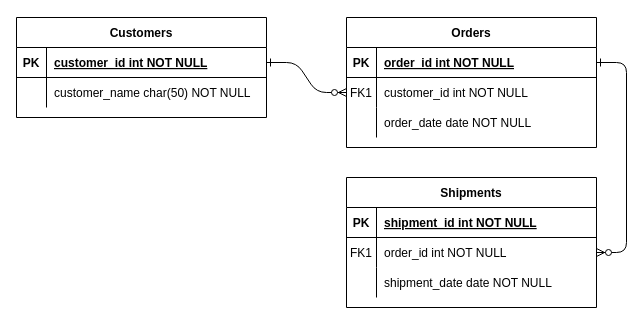
Earlier version of the draw.io diagram Untitled Diagram.drawio (DSC-cz/srp-test). Source tidied: cells renumbered, new cells numbered last; positions are measured from the earlier drawing's top-left corner, leaving out a move shared by most shapes. Both pictures are drawn from the tidied source at 100%, with x=0, y=0 at pixel (16, 17).
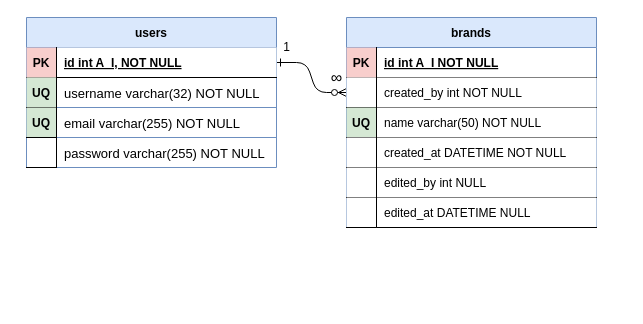
The same diagram, later.

Unchanged cells that the change refers to:
```xml
<mxCell id="5" style="shape=partialRectangle;fillColor=none;points=[[0,0.5],[1,0.5]];portConstraint=eastwest;top=0;left=0;right=0;bottom=1;" parent="4" vertex="1">
  <mxGeometry y="30" width="250" height="30" as="geometry" />
</mxCell>
<mxCell id="8" style="shape=partialRectangle;fillColor=none;points=[[0,0.5],[1,0.5]];portConstraint=eastwest;top=0;left=0;right=0;bottom=0;" parent="4" vertex="1">
  <mxGeometry y="60" width="250" height="30" as="geometry" />
</mxCell>
<mxCell id="25" style="shape=partialRectangle;fillColor=none;points=[[0,0.5],[1,0.5]];portConstraint=eastwest;top=0;left=0;right=0;bottom=1;" parent="24" vertex="1">
  <mxGeometry y="30" width="250" height="30" as="geometry" />
</mxCell>
<mxCell id="28" style="shape=partialRectangle;fillColor=none;top=0;left=0;right=0;bottom=0;" parent="24" vertex="1">
  <mxGeometry y="60" width="250" height="30" as="geometry" />
</mxCell>
```

The edit, as a diff of the source:
```diff
@@
-    <mxCell id="3" style="edgeStyle=entityRelationEdgeStyle;endArrow=ERzeroToMany;startArrow=ERone;endFill=1;startFill=0;" parent="1" edge="1" source="5" target="18">
-      <mxGeometry relative="1" as="geometry" />
-    </mxCell>
-    <mxCell id="4" value="Orders" style="shape=table;startSize=30;childLayout=tableLayout;rowLines=0;fontStyle=1;align=center;" parent="1" vertex="1">
-      <mxGeometry x="330" width="250" height="130" as="geometry" />
+    <mxCell id="4" value="brands" style="shape=table;startSize=30;childLayout=tableLayout;rowLines=0;fontStyle=1;align=center;fillColor=#dae8fc;strokeColor=#6c8ebf;" parent="1" vertex="1">
+      <mxGeometry x="330" width="250" height="210" as="geometry" />
     </mxCell>
@@
-    <mxCell id="6" value="PK" style="shape=partialRectangle;overflow=hidden;fillColor=none;top=0;left=0;bottom=0;right=0;fontStyle=1;" parent="5" vertex="1">
+    <mxCell id="6" value="PK" style="shape=partialRectangle;overflow=hidden;fillColor=#f8cecc;top=0;left=0;bottom=0;right=0;fontStyle=1;strokeColor=#b85450;" parent="5" vertex="1">
       <mxGeometry width="30" height="30" as="geometry" />
     </mxCell>
-    <mxCell id="7" value="order_id int NOT NULL " style="shape=partialRectangle;overflow=hidden;fillColor=none;top=0;left=0;bottom=0;right=0;align=left;spacingLeft=6;fontStyle=5;" parent="5" vertex="1">
+    <mxCell id="7" value="id int A_I NOT NULL " style="shape=partialRectangle;overflow=hidden;fillColor=none;top=0;left=1;bottom=0;right=0;align=left;spacingLeft=6;fontStyle=5;" parent="5" vertex="1">
       <mxGeometry x="30" width="220" height="30" as="geometry" />
     </mxCell>
@@
-    <mxCell id="9" value="FK1" style="shape=partialRectangle;overflow=hidden;fillColor=none;top=0;left=0;bottom=0;right=0;" parent="8" vertex="1">
+    <mxCell id="9" style="shape=partialRectangle;overflow=hidden;top=0;left=0;bottom=1;right=0;" parent="8" vertex="1">
       <mxGeometry width="30" height="30" as="geometry" />
     </mxCell>
-    <mxCell id="10" value="customer_id int NOT NULL" style="shape=partialRectangle;overflow=hidden;fillColor=none;top=0;left=0;bottom=0;right=0;align=left;spacingLeft=6;" parent="8" vertex="1">
+    <mxCell id="10" value="created_by int NOT NULL" style="shape=partialRectangle;overflow=hidden;top=0;left=1;bottom=1;right=0;align=left;spacingLeft=6;" parent="8" vertex="1">
       <mxGeometry x="30" width="220" height="30" as="geometry" />
     </mxCell>
-    <mxCell id="11" style="shape=partialRectangle;fillColor=none;top=0;left=0;right=0;bottom=0;" parent="4" vertex="1">
-      <mxGeometry y="90" width="250" height="30" as="geometry" />
-    </mxCell>
-    <mxCell id="12" style="shape=partialRectangle;overflow=hidden;fillColor=none;top=0;left=0;bottom=0;right=0;" parent="11" vertex="1">
-      <mxGeometry width="30" height="30" as="geometry" />
-    </mxCell>
-    <mxCell id="13" value="order_date date NOT NULL" style="shape=partialRectangle;overflow=hidden;fillColor=none;top=0;left=0;bottom=0;right=0;align=left;spacingLeft=6;" parent="11" vertex="1">
-      <mxGeometry x="30" width="220" height="30" as="geometry" />
-    </mxCell>
-    <mxCell id="14" value="Shipments" style="shape=table;startSize=30;childLayout=tableLayout;rowLines=0;fontStyle=1;align=center;" parent="1" vertex="1">
-      <mxGeometry x="330" y="160" width="250" height="130" as="geometry" />
-    </mxCell>
-    <mxCell id="15" style="shape=partialRectangle;fillColor=none;top=0;left=0;right=0;bottom=1;" parent="14" vertex="1">
-      <mxGeometry y="30" width="250" height="30" as="geometry" />
-    </mxCell>
-    <mxCell id="16" value="PK" style="shape=partialRectangle;overflow=hidden;fillColor=none;top=0;left=0;bottom=0;right=0;fontStyle=1;" parent="15" vertex="1">
-      <mxGeometry width="30" height="30" as="geometry" />
-    </mxCell>
-    <mxCell id="17" value="shipment_id int NOT NULL " style="shape=partialRectangle;overflow=hidden;fillColor=none;top=0;left=0;bottom=0;right=0;align=left;spacingLeft=6;fontStyle=5;" parent="15" vertex="1">
-      <mxGeometry x="30" width="220" height="30" as="geometry" />
-    </mxCell>
-    <mxCell id="18" style="shape=partialRectangle;fillColor=none;points=[[0,0.5],[1,0.5]];portConstraint=eastwest;top=0;left=0;right=0;bottom=0;" parent="14" vertex="1">
-      <mxGeometry y="60" width="250" height="30" as="geometry" />
-    </mxCell>
-    <mxCell id="19" value="FK1" style="shape=partialRectangle;overflow=hidden;fillColor=none;top=0;left=0;bottom=0;right=0;" parent="18" vertex="1">
-      <mxGeometry width="30" height="30" as="geometry" />
-    </mxCell>
-    <mxCell id="20" value="order_id int NOT NULL" style="shape=partialRectangle;overflow=hidden;fillColor=none;top=0;left=0;bottom=0;right=0;align=left;spacingLeft=6;" parent="18" vertex="1">
-      <mxGeometry x="30" width="220" height="30" as="geometry" />
-    </mxCell>
-    <mxCell id="21" style="shape=partialRectangle;fillColor=none;top=0;left=0;right=0;bottom=0;" parent="14" vertex="1">
-      <mxGeometry y="90" width="250" height="30" as="geometry" />
-    </mxCell>
-    <mxCell id="22" style="shape=partialRectangle;overflow=hidden;fillColor=none;top=0;left=0;bottom=0;right=0;" parent="21" vertex="1">
-      <mxGeometry width="30" height="30" as="geometry" />
-    </mxCell>
-    <mxCell id="23" value="shipment_date date NOT NULL" style="shape=partialRectangle;overflow=hidden;fillColor=none;top=0;left=0;bottom=0;right=0;align=left;spacingLeft=6;" parent="21" vertex="1">
-      <mxGeometry x="30" width="220" height="30" as="geometry" />
-    </mxCell>
+    <mxCell id="31" style="shape=partialRectangle;fillColor=none;top=0;left=0;right=0;bottom=0;" parent="4" vertex="1">
+      <mxGeometry y="90" width="250" height="30" as="geometry" />
+    </mxCell>
+    <mxCell id="32" value="UQ" style="shape=partialRectangle;overflow=hidden;top=0;left=0;bottom=1;right=0;fillColor=#d5e8d4;strokeColor=#000000;fontStyle=1;" parent="31" vertex="1">
+      <mxGeometry width="30" height="30" as="geometry" />
+    </mxCell>
+    <mxCell id="33" value="name varchar(50) NOT NULL" style="shape=partialRectangle;overflow=hidden;top=0;left=1;bottom=1;right=0;align=left;spacingLeft=6;sketch=0;strokeWidth=1;gradientColor=none;" parent="31" vertex="1">
+      <mxGeometry x="30" width="220" height="30" as="geometry" />
+    </mxCell>
+    <mxCell id="34" style="shape=partialRectangle;fillColor=none;top=0;left=0;right=0;bottom=0;" parent="4" vertex="1">
+      <mxGeometry y="120" width="250" height="30" as="geometry" />
+    </mxCell>
+    <mxCell id="35" style="shape=partialRectangle;overflow=hidden;top=0;left=0;bottom=1;right=0;" parent="34" vertex="1">
+      <mxGeometry width="30" height="30" as="geometry" />
+    </mxCell>
+    <mxCell id="36" value="created_at DATETIME NOT NULL" style="shape=partialRectangle;overflow=hidden;top=0;left=1;bottom=1;right=0;align=left;spacingLeft=6;strokeWidth=1;" parent="34" vertex="1">
+      <mxGeometry x="30" width="220" height="30" as="geometry" />
+    </mxCell>
+    <mxCell id="37" style="shape=partialRectangle;fillColor=none;top=0;left=0;right=0;bottom=0;" parent="4" vertex="1">
+      <mxGeometry y="150" width="250" height="30" as="geometry" />
+    </mxCell>
+    <mxCell id="38" style="shape=partialRectangle;overflow=hidden;top=0;left=0;bottom=1;right=0;" parent="37" vertex="1">
+      <mxGeometry width="30" height="30" as="geometry" />
+    </mxCell>
+    <mxCell id="39" value="edited_by int NULL" style="shape=partialRectangle;overflow=hidden;top=0;left=1;bottom=1;right=0;align=left;spacingLeft=6;strokeWidth=1;" parent="37" vertex="1">
+      <mxGeometry x="30" width="220" height="30" as="geometry" />
+    </mxCell>
+    <mxCell id="40" style="shape=partialRectangle;fillColor=none;top=0;left=0;right=0;bottom=0;" parent="4" vertex="1">
+      <mxGeometry y="180" width="250" height="30" as="geometry" />
+    </mxCell>
+    <mxCell id="41" style="shape=partialRectangle;overflow=hidden;top=0;left=0;bottom=1;right=0;" parent="40" vertex="1">
+      <mxGeometry width="30" height="30" as="geometry" />
+    </mxCell>
+    <mxCell id="42" value="edited_at DATETIME NULL" style="shape=partialRectangle;overflow=hidden;top=0;left=1;bottom=1;right=0;align=left;spacingLeft=6;strokeWidth=1;" parent="40" vertex="1">
+      <mxGeometry x="30" width="220" height="30" as="geometry" />
+    </mxCell>
-    <mxCell id="24" value="Customers" style="shape=table;startSize=30;childLayout=tableLayout;rowLines=0;fontStyle=1;align=center;" parent="1" vertex="1">
-      <mxGeometry width="250" height="100" as="geometry" />
+    <mxCell id="24" value="users" style="shape=table;startSize=30;childLayout=tableLayout;rowLines=5;fontStyle=1;align=center;fillColor=#dae8fc;strokeColor=#6c8ebf;" parent="1" vertex="1">
+      <mxGeometry x="10" width="250" height="150" as="geometry" />
     </mxCell>
@@
-    <mxCell id="26" value="PK" style="shape=partialRectangle;overflow=hidden;fillColor=none;top=0;left=0;bottom=0;right=0;fontStyle=1;" parent="25" vertex="1">
+    <mxCell id="26" value="PK" style="shape=partialRectangle;overflow=hidden;fillColor=#f8cecc;top=0;left=0;bottom=0;right=0;fontStyle=1;strokeColor=#b85450;" parent="25" vertex="1">
       <mxGeometry width="30" height="30" as="geometry" />
     </mxCell>
-    <mxCell id="27" value="customer_id int NOT NULL " style="shape=partialRectangle;overflow=hidden;fillColor=none;top=0;left=0;bottom=0;right=0;align=left;spacingLeft=6;fontStyle=5;" parent="25" vertex="1">
+    <mxCell id="27" value="id int A_I, NOT NULL " style="shape=partialRectangle;overflow=hidden;top=0;left=1;bottom=1;right=0;align=left;spacingLeft=6;fontStyle=5;" parent="25" vertex="1">
       <mxGeometry x="30" width="220" height="30" as="geometry" />
     </mxCell>
@@
-    <mxCell id="29" style="shape=partialRectangle;overflow=hidden;fillColor=none;top=0;left=0;bottom=0;right=0;" parent="28" vertex="1">
+    <mxCell id="29" value="UQ" style="shape=partialRectangle;overflow=hidden;fillColor=#d5e8d4;top=0;left=0;bottom=1;right=0;fontStyle=1;strokeColor=#000000;" parent="28" vertex="1">
       <mxGeometry width="30" height="30" as="geometry" />
     </mxCell>
-    <mxCell id="30" value="customer_name char(50) NOT NULL" style="shape=partialRectangle;overflow=hidden;fillColor=none;top=0;left=0;bottom=0;right=0;align=left;spacingLeft=6;" parent="28" vertex="1">
+    <mxCell id="30" value="username varchar(32) NOT NULL" style="shape=partialRectangle;overflow=hidden;fillColor=none;top=0;left=1;bottom=0;right=0;align=left;spacingLeft=6;strokeWidth=1;fontSize=13;" parent="28" vertex="1">
       <mxGeometry x="30" width="220" height="30" as="geometry" />
     </mxCell>
+    <mxCell id="43" style="shape=partialRectangle;fillColor=none;top=0;left=0;right=0;bottom=0;" parent="24" vertex="1">
+      <mxGeometry y="90" width="250" height="30" as="geometry" />
+    </mxCell>
+    <mxCell id="44" value="UQ" style="shape=partialRectangle;overflow=hidden;fillColor=#d5e8d4;top=0;left=0;bottom=1;right=0;fontStyle=1;strokeColor=#000000;" parent="43" vertex="1">
+      <mxGeometry width="30" height="30" as="geometry" />
+    </mxCell>
+    <mxCell id="45" value="email varchar(255) NOT NULL" style="shape=partialRectangle;overflow=hidden;fillColor=none;top=0;left=1;bottom=0;right=0;align=left;spacingLeft=6;strokeWidth=1;fontSize=13;" parent="43" vertex="1">
+      <mxGeometry x="30" width="220" height="30" as="geometry" />
+    </mxCell>
+    <mxCell id="46" style="shape=partialRectangle;fillColor=none;top=0;left=0;right=0;bottom=0;" parent="24" vertex="1">
+      <mxGeometry y="120" width="250" height="30" as="geometry" />
+    </mxCell>
+    <mxCell id="47" style="shape=partialRectangle;overflow=hidden;fillColor=none;top=0;left=0;bottom=1;right=0;fontStyle=1;" parent="46" vertex="1">
+      <mxGeometry width="30" height="30" as="geometry" />
+    </mxCell>
+    <mxCell id="48" value="password varchar(255) NOT NULL" style="shape=partialRectangle;overflow=hidden;fillColor=none;top=0;left=1;bottom=0;right=0;align=left;spacingLeft=6;strokeWidth=1;fontSize=13;" parent="46" vertex="1">
+      <mxGeometry x="30" width="220" height="30" as="geometry" />
+    </mxCell>
+    <mxCell id="49" value="1" style="text;html=1;align=center;verticalAlign=middle;strokeColor=none;fillColor=none;" parent="1" vertex="1">
+      <mxGeometry x="260" y="20" width="20" height="20" as="geometry" />
+    </mxCell>
+    <mxCell id="50" value="&lt;div style=&quot;text-align: left&quot;&gt;&lt;font face=&quot;arial, sans-serif&quot;&gt;&lt;span style=&quot;font-size: 16px ; background-color: rgb(255 , 255 , 255)&quot;&gt;∞&lt;/span&gt;&lt;/font&gt;&lt;/div&gt;" style="text;html=1;align=center;verticalAlign=middle;strokeColor=none;fillColor=none;" parent="1" vertex="1">
+      <mxGeometry x="305" y="50" width="30" height="20" as="geometry" />
+    </mxCell>
```
